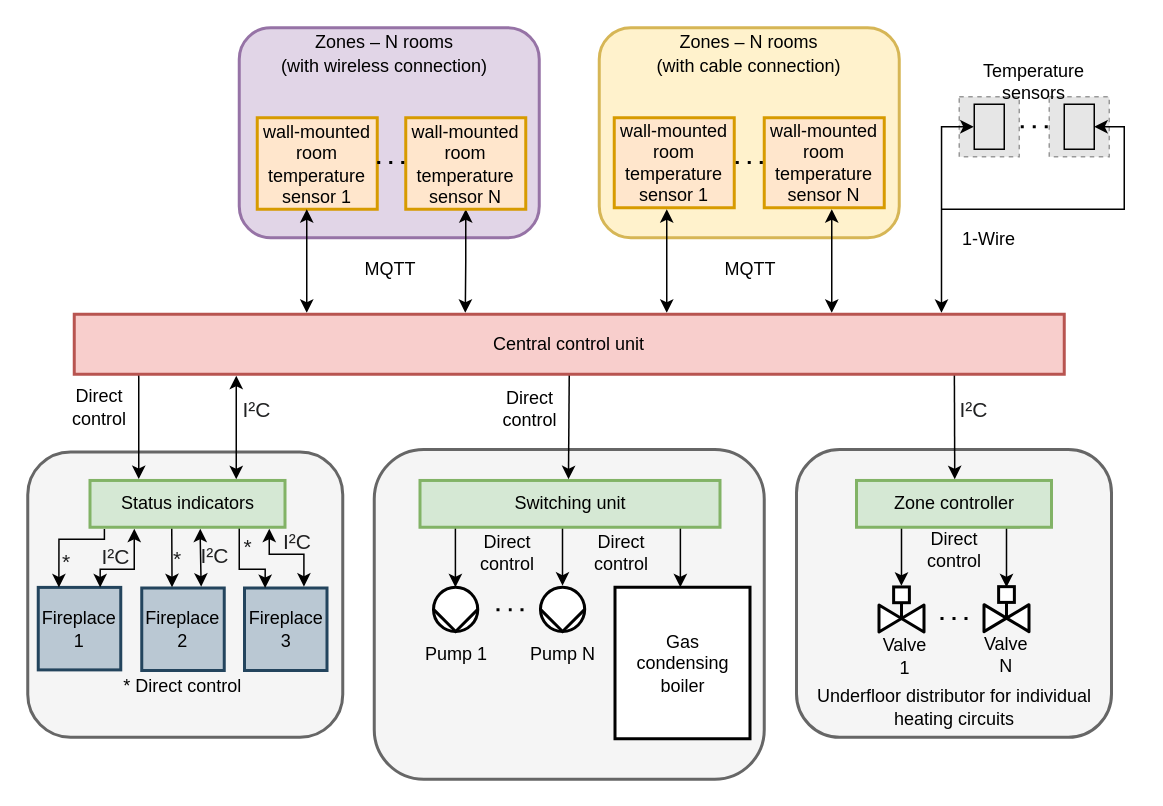
RomLab/system-for-underfloor-heating-v2.0 keeps this draw.io diagram as diagrams/drawio/communication-part.drawio. Above is the earlier version. Source tidied: cells renumbered, new cells numbered last; positions are measured from the earlier drawing's top-left corner, leaving out a move shared by most shapes. Both pictures are drawn from the tidied source at 150%, with x=0, y=0 at pixel (27, 27). Pictures stored in the file or linked from it are replaced by grey dashed boxes.
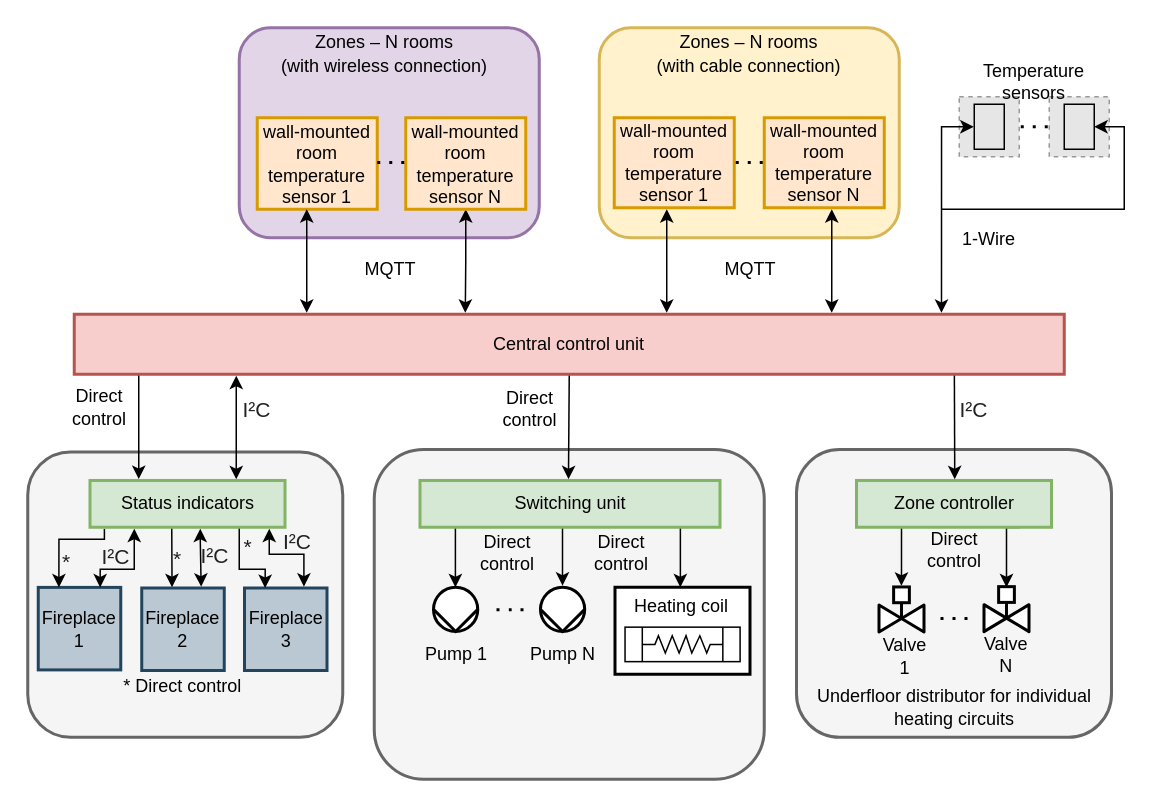
The same diagram, later.

Diff of the diagram source:
```diff
@@
-    <mxCell id="29" value="Gas&lt;br&gt;condensing boiler" style="rounded=0;whiteSpace=wrap;html=1;strokeWidth=2;" parent="1" vertex="1">
-      <mxGeometry x="391.5" y="373" width="90" height="101" as="geometry" />
+    <mxCell id="29" style="rounded=0;whiteSpace=wrap;html=1;strokeWidth=2;" parent="1" vertex="1">
+      <mxGeometry x="391.5" y="373" width="90" height="58" as="geometry" />
     </mxCell>
@@
+    <mxCell id="85" style="shape=mxgraph.pid.heat_exchangers.heat_exchanger_(coil_tubes);html=1;align=center;verticalLabelPosition=bottom;verticalAlign=top;dashed=0;" parent="1" vertex="1">
+      <mxGeometry x="398.2" y="399.6" width="76.7" height="23" as="geometry" />
+    </mxCell>
+    <mxCell id="86" value="Heating coil" style="text;html=1;strokeColor=none;fillColor=none;align=center;verticalAlign=middle;whiteSpace=wrap;rounded=0;" parent="1" vertex="1">
+      <mxGeometry x="401" y="371.1" width="70" height="30" as="geometry" />
+    </mxCell>
```
